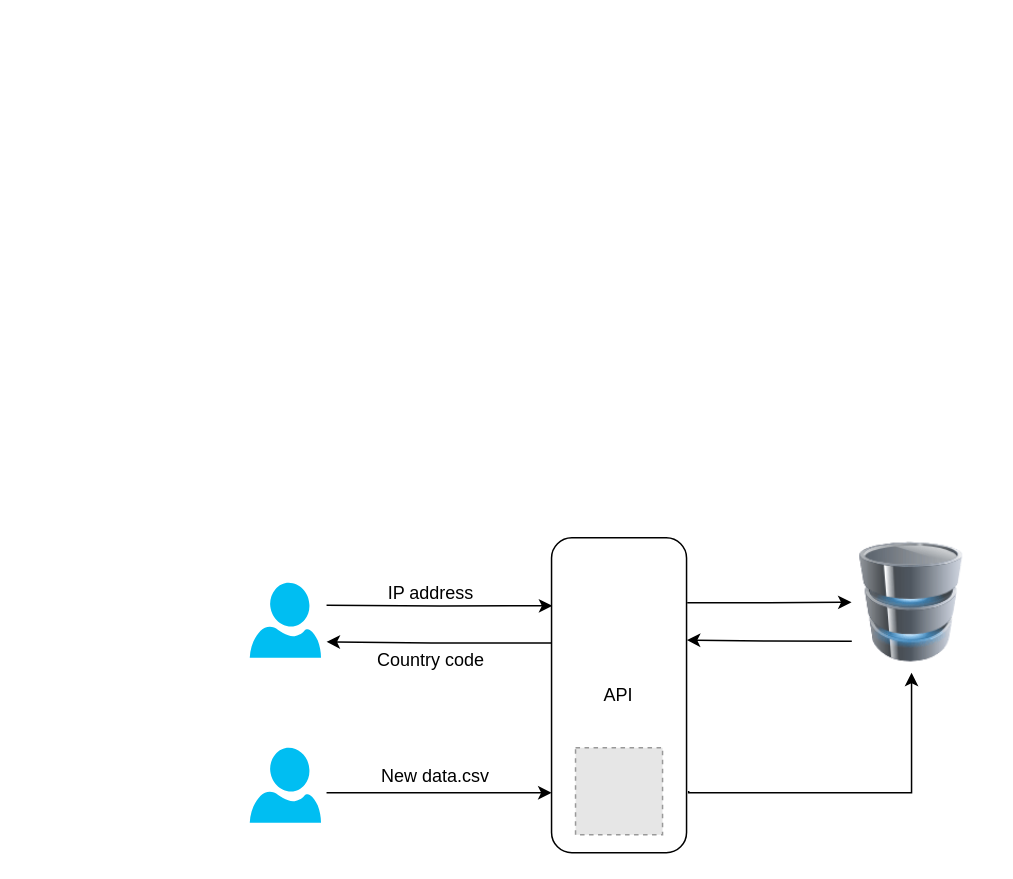
The draw.io diagram documentation/Diagrams.drawio in DAguirreAg/IP-to-Geolocation, before the edit. Source tidied: cells renumbered, new cells numbered last; positions are measured from the earlier drawing's top-left corner, leaving out a move shared by most shapes. Both pictures are drawn from the tidied source at 150%, with x=0, y=0 at pixel (249, 537). Pictures stored in the file or linked from it are replaced by grey dashed boxes.
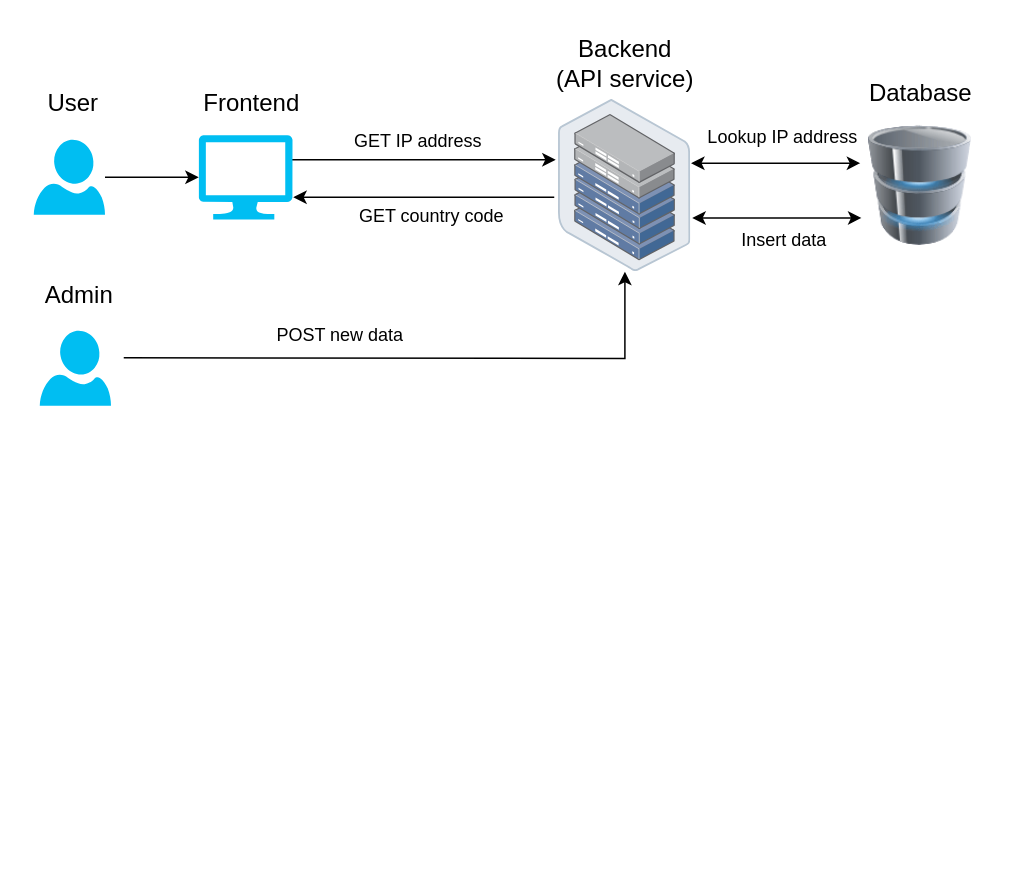
The same page after the edit.

What changed in the source:
```diff
@@
-    <mxCell id="2" style="image;html=1;image=img/lib/clip_art/computers/Database_128x128.png;" parent="1" vertex="1">
-      <mxGeometry x="401.2" y="3" width="80" height="80" as="geometry" />
-    </mxCell>
-    <mxCell id="3" style="edgeStyle=orthogonalEdgeStyle;rounded=0;jettySize=auto;html=1;startArrow=none;startFill=0;endArrow=classic;endFill=1;entryX=0.006;entryY=0.216;entryDx=0;entryDy=0;entryPerimeter=0;" parent="1" edge="1" target="6">
-      <mxGeometry relative="1" as="geometry">
-        <mxPoint x="51.2" y="45" as="sourcePoint" />
-      </mxGeometry>
-    </mxCell>
-    <mxCell id="4" style="verticalLabelPosition=bottom;html=1;verticalAlign=top;align=center;strokeColor=none;fillColor=#00BEF2;shape=mxgraph.azure.user;" parent="1" vertex="1">
-      <mxGeometry y="30" width="47.5" height="50" as="geometry" />
-    </mxCell>
-    <mxCell id="5" value="IP address" style="text;html=1;strokeColor=none;fillColor=none;align=center;verticalAlign=middle;whiteSpace=wrap;rounded=0;" parent="1" vertex="1">
-      <mxGeometry x="81.2" y="22" width="80" height="30" as="geometry" />
-    </mxCell>
-    <mxCell id="6" value="API" style="rounded=1;whiteSpace=wrap;html=1;" parent="1" vertex="1">
-      <mxGeometry x="201.2" width="90" height="210" as="geometry" />
-    </mxCell>
-    <mxCell id="7" style="edgeStyle=orthogonalEdgeStyle;rounded=0;jettySize=auto;html=1;startArrow=none;startFill=0;endArrow=classic;endFill=1;exitX=0.002;exitY=0.334;exitDx=0;exitDy=0;exitPerimeter=0;" parent="1" edge="1" source="6">
-      <mxGeometry relative="1" as="geometry">
-        <mxPoint x="51.2" y="69.4" as="targetPoint" />
-        <Array as="points">
-          <mxPoint x="121.2" y="70" />
-        </Array>
-      </mxGeometry>
-    </mxCell>
-    <mxCell id="8" value="Country code" style="text;html=1;strokeColor=none;fillColor=none;align=center;verticalAlign=middle;whiteSpace=wrap;rounded=0;" parent="1" vertex="1">
-      <mxGeometry x="81.2" y="67" width="80" height="30" as="geometry" />
-    </mxCell>
-    <mxCell id="9" style="edgeStyle=orthogonalEdgeStyle;rounded=0;orthogonalLoop=1;jettySize=auto;html=1;startArrow=none;startFill=0;endArrow=classic;endFill=1;" parent="1" edge="1">
-      <mxGeometry relative="1" as="geometry">
-        <mxPoint x="51.2" y="170" as="sourcePoint" />
-        <mxPoint x="201.2" y="170" as="targetPoint" />
-        <Array as="points">
-          <mxPoint x="101.2" y="170" />
-          <mxPoint x="101.2" y="170" />
-        </Array>
-      </mxGeometry>
-    </mxCell>
-    <mxCell id="10" style="verticalLabelPosition=bottom;html=1;verticalAlign=top;align=center;strokeColor=none;fillColor=#00BEF2;shape=mxgraph.azure.user;" parent="1" vertex="1">
-      <mxGeometry y="140" width="47.5" height="50" as="geometry" />
-    </mxCell>
-    <mxCell id="11" value="New data.csv" style="text;html=1;strokeColor=none;fillColor=none;align=center;verticalAlign=middle;whiteSpace=wrap;rounded=0;" parent="1" vertex="1">
-      <mxGeometry x="84.2" y="144" width="80" height="30" as="geometry" />
-    </mxCell>
-    <mxCell id="12" style="edgeStyle=orthogonalEdgeStyle;rounded=0;jettySize=auto;html=1;startArrow=none;startFill=0;endArrow=classic;endFill=1;exitX=1.005;exitY=0.206;exitDx=0;exitDy=0;exitPerimeter=0;" parent="1" edge="1" source="6" target="2">
-      <mxGeometry relative="1" as="geometry" />
-    </mxCell>
-    <mxCell id="13" style="edgeStyle=orthogonalEdgeStyle;rounded=0;jettySize=auto;html=1;startArrow=none;startFill=0;endArrow=classic;endFill=1;exitX=1.016;exitY=0.804;exitDx=0;exitDy=0;exitPerimeter=0;" parent="1" edge="1" source="6">
-      <mxGeometry relative="1" as="geometry">
-        <mxPoint x="441.2" y="90" as="targetPoint" />
-        <Array as="points">
-          <mxPoint x="292.2" y="170" />
-          <mxPoint x="441.2" y="170" />
-        </Array>
-      </mxGeometry>
-    </mxCell>
-    <mxCell id="14" style="edgeStyle=orthogonalEdgeStyle;rounded=0;jettySize=auto;html=1;startArrow=none;startFill=0;endArrow=classic;endFill=1;entryX=1.002;entryY=0.325;entryDx=0;entryDy=0;entryPerimeter=0;exitX=0.002;exitY=0.824;exitDx=0;exitDy=0;exitPerimeter=0;" parent="1" edge="1" source="2" target="6">
-      <mxGeometry relative="1" as="geometry" />
-    </mxCell>
-    <mxCell id="15" style="fillColor=#E6E6E6;strokeColor=#999999;dashed=1;html=1;verticalAlign=top;verticalLabelPosition=bottom;labelBackgroundColor=#ffffff;fontSize=10;" parent="1" vertex="1">
-      <mxGeometry x="217.2" y="140" width="58" height="58" as="geometry" />
-    </mxCell>
+    <mxCell id="16" style="edgeStyle=orthogonalEdgeStyle;rounded=0;jettySize=auto;html=1;entryX=0;entryY=0.5;entryDx=0;entryDy=0;entryPerimeter=0;" parent="1" edge="1" source="17" target="19">
+      <mxGeometry relative="1" as="geometry" />
+    </mxCell>
+    <mxCell id="17" style="verticalLabelPosition=bottom;html=1;verticalAlign=top;align=center;strokeColor=none;fillColor=#00BEF2;shape=mxgraph.azure.user;" parent="1" vertex="1">
+      <mxGeometry x="-144" y="-265.3" width="47.5" height="50" as="geometry" />
+    </mxCell>
+    <mxCell id="18" style="edgeStyle=orthogonalEdgeStyle;rounded=0;jettySize=auto;html=1;exitX=0.992;exitY=0.292;exitDx=0;exitDy=0;exitPerimeter=0;entryX=-0.023;entryY=0.349;entryDx=0;entryDy=0;entryPerimeter=0;" parent="1" edge="1" source="19" target="21">
+      <mxGeometry relative="1" as="geometry" />
+    </mxCell>
+    <mxCell id="19" style="verticalLabelPosition=bottom;html=1;verticalAlign=top;align=center;strokeColor=none;fillColor=#00BEF2;shape=mxgraph.azure.computer;" parent="1" vertex="1">
+      <mxGeometry x="-34" y="-268.4" width="62.5" height="56.2" as="geometry" />
+    </mxCell>
+    <mxCell id="20" style="edgeStyle=orthogonalEdgeStyle;rounded=0;orthogonalLoop=1;jettySize=auto;html=1;entryX=0;entryY=0.5;entryDx=0;entryDy=0;startArrow=classic;startFill=1;" parent="1" edge="1">
+      <mxGeometry relative="1" as="geometry">
+        <mxPoint x="294.2" y="-249.7" as="sourcePoint" />
+        <mxPoint x="407" y="-249.7" as="targetPoint" />
+      </mxGeometry>
+    </mxCell>
+    <mxCell id="21" style="image;points=[];html=1;align=center;shadow=0;dashed=0;image=img/lib/allied_telesis/storage/Datacenter_Server_Half_Rack_ToR.svg;" parent="1" vertex="1">
+      <mxGeometry x="206" y="-292" width="88.2" height="114.6" as="geometry" />
+    </mxCell>
+    <mxCell id="22" style="image;html=1;image=img/lib/clip_art/computers/Database_128x128.png;" parent="1" vertex="1">
+      <mxGeometry x="407" y="-274.7" width="80" height="80" as="geometry" />
+    </mxCell>
+    <mxCell id="23" value="&lt;div style=&quot;font-size: 16px;&quot;&gt;User&lt;/div&gt;" style="text;html=1;align=center;verticalAlign=middle;strokeColor=none;fillColor=none;fontSize=16;" parent="1" vertex="1">
+      <mxGeometry x="-148" y="-304.7" width="60" height="30" as="geometry" />
+    </mxCell>
+    <mxCell id="24" value="Frontend" style="text;html=1;align=center;verticalAlign=middle;strokeColor=none;fillColor=none;fontSize=16;" parent="1" vertex="1">
+      <mxGeometry x="-44" y="-304.7" width="90" height="30" as="geometry" />
+    </mxCell>
+    <mxCell id="25" value="&lt;div style=&quot;font-size: 16px;&quot;&gt;Backend&lt;/div&gt;&lt;div style=&quot;font-size: 16px;&quot;&gt;(API service)&lt;/div&gt;" style="text;html=1;align=center;verticalAlign=middle;strokeColor=none;fillColor=none;fontSize=16;" parent="1" vertex="1">
+      <mxGeometry x="190.1" y="-341" width="120" height="50" as="geometry" />
+    </mxCell>
+    <mxCell id="26" value="Database" style="text;html=1;align=center;verticalAlign=middle;strokeColor=none;fillColor=none;fontSize=16;" parent="1" vertex="1">
+      <mxGeometry x="402" y="-312" width="90" height="30" as="geometry" />
+    </mxCell>
+    <mxCell id="27" value="GET IP address" style="text;html=1;align=center;verticalAlign=middle;strokeColor=none;fillColor=none;" parent="1" vertex="1">
+      <mxGeometry x="57" y="-279" width="110" height="30" as="geometry" />
+    </mxCell>
+    <mxCell id="28" value="GET country code" style="text;html=1;align=center;verticalAlign=middle;strokeColor=none;fillColor=none;" parent="1" vertex="1">
+      <mxGeometry x="61" y="-229" width="120" height="30" as="geometry" />
+    </mxCell>
+    <mxCell id="29" style="edgeStyle=orthogonalEdgeStyle;rounded=0;jettySize=auto;html=1;exitX=-0.034;exitY=0.567;exitDx=0;exitDy=0;exitPerimeter=0;entryX=1.008;entryY=0.737;entryDx=0;entryDy=0;entryPerimeter=0;" parent="1" edge="1" source="21" target="19">
+      <mxGeometry relative="1" as="geometry" />
+    </mxCell>
+    <mxCell id="30" value="Lookup IP address" style="text;html=1;align=center;verticalAlign=middle;strokeColor=none;fillColor=none;" parent="1" vertex="1">
+      <mxGeometry x="295" y="-281.7" width="120" height="30" as="geometry" />
+    </mxCell>
+    <mxCell id="31" style="verticalLabelPosition=bottom;html=1;verticalAlign=top;align=center;strokeColor=none;fillColor=#00BEF2;shape=mxgraph.azure.user;" parent="1" vertex="1">
+      <mxGeometry x="-140" y="-138" width="47.5" height="50" as="geometry" />
+    </mxCell>
+    <mxCell id="32" value="Admin" style="text;html=1;align=center;verticalAlign=middle;strokeColor=none;fillColor=none;fontSize=16;" parent="1" vertex="1">
+      <mxGeometry x="-149" y="-177.4" width="70" height="30" as="geometry" />
+    </mxCell>
+    <mxCell id="33" style="edgeStyle=orthogonalEdgeStyle;rounded=0;jettySize=auto;html=1;" parent="1" edge="1" target="21">
+      <mxGeometry relative="1" as="geometry">
+        <mxPoint x="-84" y="-120" as="sourcePoint" />
+      </mxGeometry>
+    </mxCell>
+    <mxCell id="34" value="POST new data" style="text;html=1;align=center;verticalAlign=middle;strokeColor=none;fillColor=none;" parent="1" vertex="1">
+      <mxGeometry x="5" y="-150" width="110" height="30" as="geometry" />
+    </mxCell>
+    <mxCell id="35" style="edgeStyle=orthogonalEdgeStyle;rounded=0;orthogonalLoop=1;jettySize=auto;html=1;entryX=0;entryY=0.5;entryDx=0;entryDy=0;startArrow=classic;startFill=1;" parent="1" edge="1">
+      <mxGeometry relative="1" as="geometry">
+        <mxPoint x="295" y="-213.2" as="sourcePoint" />
+        <mxPoint x="407.8" y="-213.2" as="targetPoint" />
+      </mxGeometry>
+    </mxCell>
+    <mxCell id="36" value="Insert data" style="text;html=1;align=center;verticalAlign=middle;strokeColor=none;fillColor=none;" parent="1" vertex="1">
+      <mxGeometry x="315.8" y="-213.2" width="80" height="30" as="geometry" />
+    </mxCell>
```
